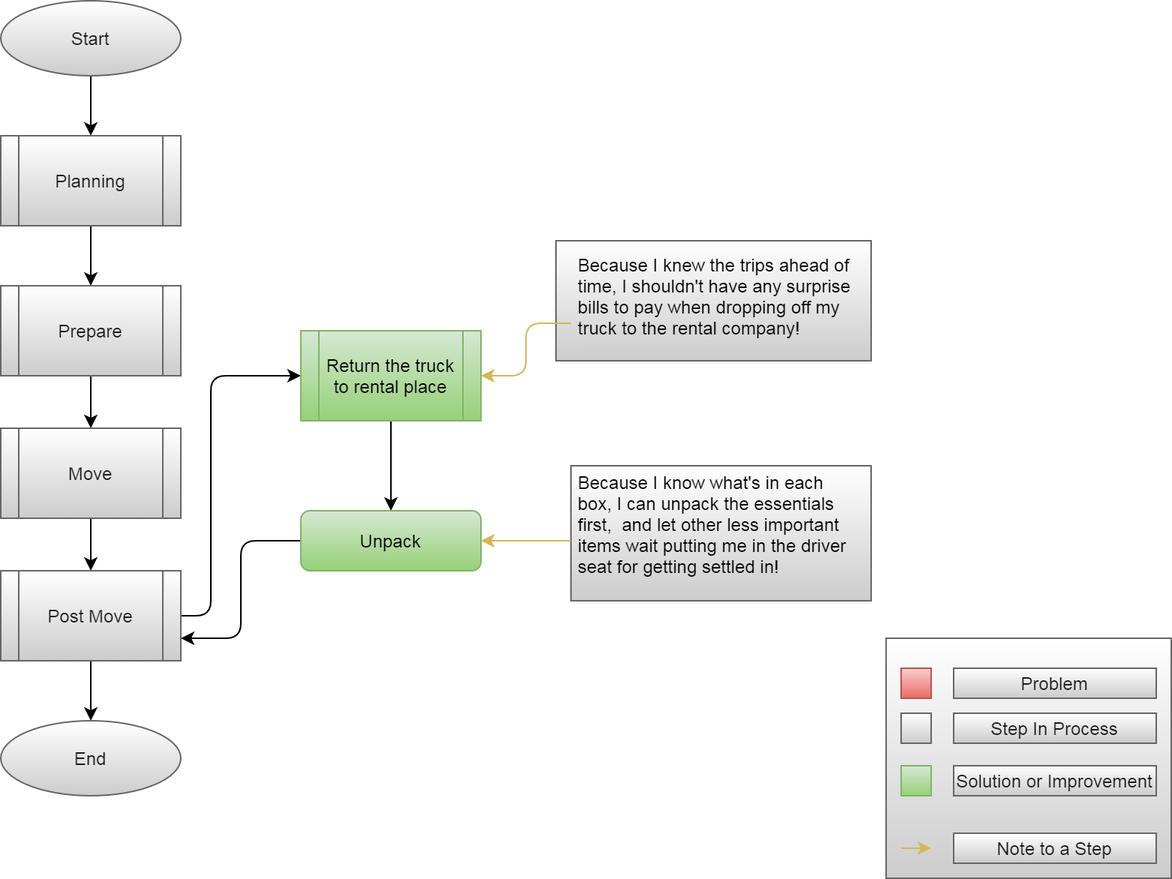
Earlier version of the draw.io export Documents/flow_diagrams/Solution_Flow_Post_Move_3.png (LP-76/load.in). Source tidied: cells renumbered, new cells last; positions are measured from the earlier drawing's top-left corner, leaving out a move shared by most shapes.
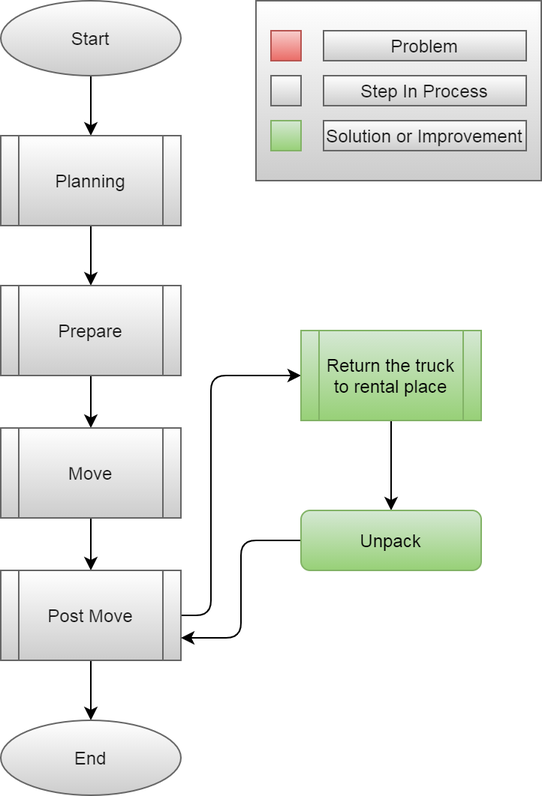
After the change.

Diff of the diagram source:
```diff
@@ -2,12 +2,6 @@
   <root>
     <mxCell id="0" />
     <mxCell id="1" parent="0" />
-    <mxCell id="2" style="rounded=0;whiteSpace=wrap;html=1;strokeColor=#666666;fillColor=#FFFFFF;gradientColor=#CCCCCC;fontColor=#1A1A1A;" parent="1" vertex="1">
-      <mxGeometry x="380" y="310" width="200" height="90" as="geometry" />
-    </mxCell>
-    <mxCell id="3" style="rounded=0;whiteSpace=wrap;html=1;strokeColor=#666666;fillColor=#FFFFFF;gradientColor=#CCCCCC;fontColor=#1A1A1A;" parent="1" vertex="1">
-      <mxGeometry x="370" y="160" width="210" height="80" as="geometry" />
-    </mxCell>
     <mxCell id="4" style="edgeStyle=orthogonalEdgeStyle;jettySize=auto;html=1;" parent="1" edge="1" source="5" target="7">
       <mxGeometry relative="1" as="geometry" />
     </mxCell>
@@ -61,50 +55,29 @@
     <mxCell id="19" value="Unpack" style="rounded=1;whiteSpace=wrap;html=1;fontSize=12;glass=0;strokeWidth=1;shadow=0;gradientColor=#97d077;fillColor=#d5e8d4;strokeColor=#82b366;" parent="1" vertex="1">
       <mxGeometry x="200" y="340" width="120" height="40" as="geometry" />
     </mxCell>
-    <mxCell id="20" style="edgeStyle=orthogonalEdgeStyle;curved=0;rounded=1;sketch=0;jettySize=auto;html=1;entryX=1;entryY=0.5;entryDx=0;entryDy=0;fontColor=#1A1A1A;gradientColor=#ffd966;fillColor=#fff2cc;strokeColor=#d6b656;" parent="1" edge="1" source="21" target="17">
-      <mxGeometry relative="1" as="geometry" />
-    </mxCell>
-    <mxCell id="21" value="Because I knew the trips ahead of time, I shouldn't have any surprise bills to pay when dropping off my truck to the rental company!" style="text;html=1;strokeColor=none;fillColor=none;spacing=5;spacingTop=-20;whiteSpace=wrap;overflow=hidden;rounded=0;" parent="1" vertex="1">
-      <mxGeometry x="380" y="180" width="190" height="70" as="geometry" />
-    </mxCell>
-    <mxCell id="22" style="edgeStyle=orthogonalEdgeStyle;curved=0;rounded=1;sketch=0;jettySize=auto;html=1;fontColor=#1A1A1A;gradientColor=#ffd966;fillColor=#fff2cc;strokeColor=#d6b656;" parent="1" edge="1" source="23" target="19">
-      <mxGeometry relative="1" as="geometry" />
-    </mxCell>
-    <mxCell id="23" value="Because I know what's in each box, I can unpack the essentials first,&amp;nbsp; and let other less important items wait putting me in the driver seat for getting settled in!" style="text;html=1;strokeColor=none;fillColor=none;spacing=5;spacingTop=-20;whiteSpace=wrap;overflow=hidden;rounded=0;" parent="1" vertex="1">
-      <mxGeometry x="380" y="325" width="190" height="70" as="geometry" />
-    </mxCell>
-    <mxCell id="24" style="group;fillColor=#FFFFFF;gradientColor=#CCCCCC;strokeColor=#666666;fontColor=#1A1A1A;" parent="1" vertex="1">
-      <mxGeometry x="590" y="425" width="190" height="160" as="geometry" />
-    </mxCell>
-    <mxCell id="25" style="verticalLabelPosition=bottom;verticalAlign=top;html=1;shape=mxgraph.basic.rect;fillColor2=none;strokeWidth=1;size=20;indent=5;fillColor=#FFFFFF;gradientColor=#CCCCCC;strokeColor=#666666;fontColor=#1A1A1A;" parent="24" vertex="1">
-      <mxGeometry width="190" height="160" as="geometry" />
-    </mxCell>
+    <mxCell id="34" style="group;" parent="1" vertex="1">
+      <mxGeometry x="170" width="190" height="120" as="geometry" />
+    </mxCell>
+    <mxCell id="35" style="verticalLabelPosition=bottom;verticalAlign=top;html=1;shape=mxgraph.basic.rect;fillColor2=none;strokeWidth=1;size=20;indent=5;fillColor=#FFFFFF;gradientColor=#CCCCCC;strokeColor=#666666;fontColor=#1A1A1A;" parent="34" vertex="1">
+      <mxGeometry width="190" height="120" as="geometry" />
+    </mxCell>
-    <mxCell id="26" style="verticalLabelPosition=bottom;verticalAlign=top;html=1;shape=mxgraph.basic.rect;fillColor2=none;strokeWidth=1;size=20;indent=5;fillColor=#f8cecc;gradientColor=#ea6b66;strokeColor=#b85450;" parent="24" vertex="1">
+    <mxCell id="26" style="verticalLabelPosition=bottom;verticalAlign=top;html=1;shape=mxgraph.basic.rect;fillColor2=none;strokeWidth=1;size=20;indent=5;fillColor=#f8cecc;gradientColor=#ea6b66;strokeColor=#b85450;" parent="34" vertex="1">
       <mxGeometry x="10" y="20" width="20" height="20" as="geometry" />
     </mxCell>
-    <mxCell id="27" value="Problem" style="text;html=1;align=center;verticalAlign=middle;whiteSpace=wrap;fillColor=#FFFFFF;gradientColor=#CCCCCC;strokeColor=#666666;fontColor=#1A1A1A;" parent="24" vertex="1">
+    <mxCell id="27" value="Problem" style="text;html=1;align=center;verticalAlign=middle;whiteSpace=wrap;fillColor=#FFFFFF;gradientColor=#CCCCCC;strokeColor=#666666;fontColor=#1A1A1A;" parent="34" vertex="1">
       <mxGeometry x="45" y="20" width="135" height="20" as="geometry" />
     </mxCell>
-    <mxCell id="28" style="verticalLabelPosition=bottom;verticalAlign=top;html=1;shape=mxgraph.basic.rect;fillColor2=none;strokeWidth=1;size=20;indent=5;fillColor=#FFFFFF;gradientColor=#CCCCCC;strokeColor=#666666;fontColor=#1A1A1A;" parent="24" vertex="1">
+    <mxCell id="28" style="verticalLabelPosition=bottom;verticalAlign=top;html=1;shape=mxgraph.basic.rect;fillColor2=none;strokeWidth=1;size=20;indent=5;fillColor=#FFFFFF;gradientColor=#CCCCCC;strokeColor=#666666;fontColor=#1A1A1A;" parent="34" vertex="1">
       <mxGeometry x="10" y="50" width="20" height="20" as="geometry" />
     </mxCell>
-    <mxCell id="29" value="Step In Process" style="text;html=1;align=center;verticalAlign=middle;whiteSpace=wrap;fillColor=#FFFFFF;gradientColor=#CCCCCC;strokeColor=#666666;fontColor=#1A1A1A;" parent="24" vertex="1">
+    <mxCell id="29" value="Step In Process" style="text;html=1;align=center;verticalAlign=middle;whiteSpace=wrap;fillColor=#FFFFFF;gradientColor=#CCCCCC;strokeColor=#666666;fontColor=#1A1A1A;" parent="34" vertex="1">
       <mxGeometry x="45" y="50" width="135" height="20" as="geometry" />
     </mxCell>
-    <mxCell id="30" style="verticalLabelPosition=bottom;verticalAlign=top;html=1;shape=mxgraph.basic.rect;fillColor2=none;strokeWidth=1;size=20;indent=5;fillColor=#d5e8d4;gradientColor=#97d077;strokeColor=#82b366;" parent="24" vertex="1">
-      <mxGeometry x="10" y="85" width="20" height="20" as="geometry" />
-    </mxCell>
+    <mxCell id="36" style="verticalLabelPosition=bottom;verticalAlign=top;html=1;shape=mxgraph.basic.rect;fillColor2=none;strokeWidth=1;size=20;indent=5;fillColor=#d5e8d4;gradientColor=#97d077;strokeColor=#82b366;" parent="34" vertex="1">
+      <mxGeometry x="10" y="80" width="20" height="20" as="geometry" />
+    </mxCell>
-    <mxCell id="31" value="Solution or Improvement" style="text;html=1;align=center;verticalAlign=middle;whiteSpace=wrap;fillColor=#FFFFFF;gradientColor=#CCCCCC;strokeColor=#666666;fontColor=#1A1A1A;" parent="24" vertex="1">
-      <mxGeometry x="45" y="85" width="135" height="20" as="geometry" />
+    <mxCell id="31" value="Solution or Improvement" style="text;html=1;align=center;verticalAlign=middle;whiteSpace=wrap;fillColor=#FFFFFF;gradientColor=#CCCCCC;strokeColor=#666666;fontColor=#1A1A1A;" parent="34" vertex="1">
+      <mxGeometry x="45" y="80" width="135" height="20" as="geometry" />
     </mxCell>
-    <mxCell id="32" style="endArrow=classic;html=1;gradientColor=#ffd966;fillColor=#fff2cc;strokeColor=#d6b656;" parent="24" edge="1">
-      <mxGeometry relative="1" as="geometry">
-        <mxPoint x="10" y="140" as="sourcePoint" />
-        <mxPoint x="30" y="140" as="targetPoint" />
-      </mxGeometry>
-    </mxCell>
-    <mxCell id="33" value="Note to a Step" style="text;html=1;align=center;verticalAlign=middle;whiteSpace=wrap;fillColor=#FFFFFF;gradientColor=#CCCCCC;strokeColor=#666666;fontColor=#1A1A1A;" parent="24" vertex="1">
-      <mxGeometry x="45" y="130" width="135" height="20" as="geometry" />
-    </mxCell>
   </root>
 </mxGraphModel>
```
